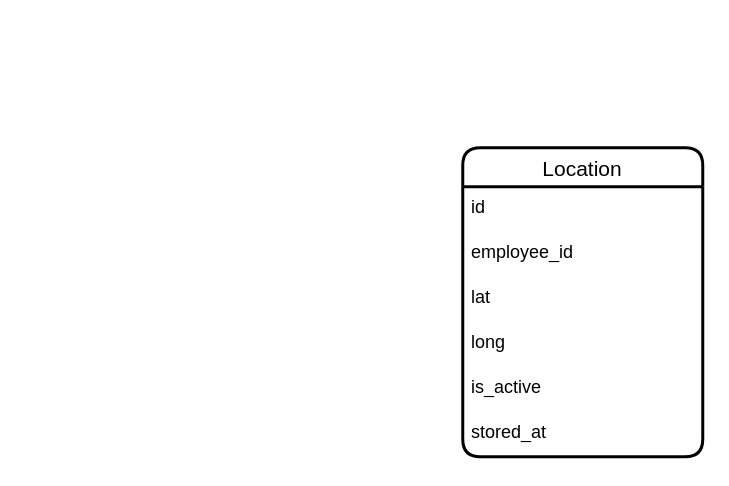
iztileuoff/databases keeps this draw.io diagram as workforce.drawio. Above is the earlier version. Source tidied: cells renumbered, new cells numbered last; positions are measured from the earlier drawing's top-left corner, leaving out a move shared by most shapes. Both pictures are drawn from the tidied source at 150%, with x=0, y=0 at pixel (462, 147).
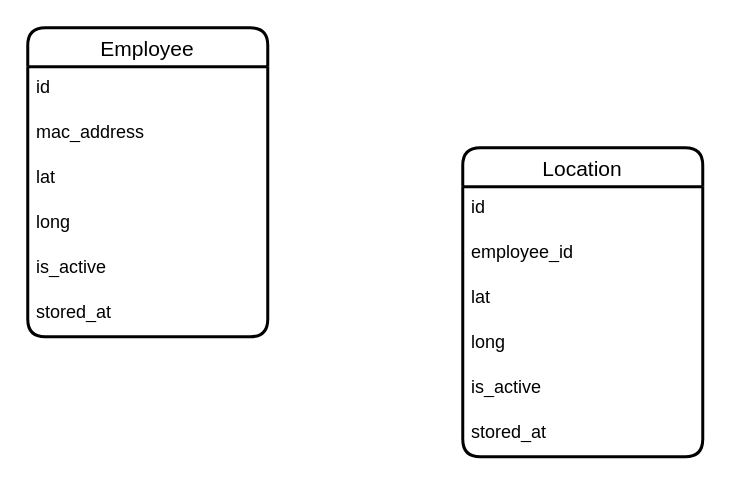
After the change.

Change to the diagram source:
```diff
@@
 <mxGraphModel>
   <root>
     <mxCell id="0" />
     <mxCell id="1" parent="0" />
     <mxCell id="2" value="Location" style="swimlane;fontStyle=0;horizontal=1;startSize=26;align=center;fontSize=14;strokeWidth=2;rounded=1;shadow=0;glass=0;swimlaneLine=1;" parent="1" vertex="1">
       <mxGeometry width="160" height="206" as="geometry" />
     </mxCell>
     <mxCell id="3" value="id" style="text;strokeColor=none;fillColor=none;spacingLeft=4;spacingRight=4;overflow=hidden;fontSize=12;whiteSpace=wrap;html=1;" parent="2" vertex="1">
       <mxGeometry y="26" width="160" height="30" as="geometry" />
     </mxCell>
     <mxCell id="4" value="employee_id" style="text;strokeColor=none;fillColor=none;spacingLeft=4;spacingRight=4;overflow=hidden;fontSize=12;whiteSpace=wrap;html=1;" parent="2" vertex="1">
       <mxGeometry y="56" width="160" height="30" as="geometry" />
     </mxCell>
     <mxCell id="5" value="lat" style="text;strokeColor=none;fillColor=none;spacingLeft=4;spacingRight=4;overflow=hidden;fontSize=12;whiteSpace=wrap;html=1;" parent="2" vertex="1">
       <mxGeometry y="86" width="160" height="30" as="geometry" />
     </mxCell>
     <mxCell id="6" value="long" style="text;strokeColor=none;fillColor=none;spacingLeft=4;spacingRight=4;overflow=hidden;fontSize=12;whiteSpace=wrap;html=1;" parent="2" vertex="1">
       <mxGeometry y="116" width="160" height="30" as="geometry" />
     </mxCell>
     <mxCell id="7" value="is_active" style="text;strokeColor=none;fillColor=none;spacingLeft=4;spacingRight=4;overflow=hidden;fontSize=12;whiteSpace=wrap;html=1;" parent="2" vertex="1">
       <mxGeometry y="146" width="160" height="30" as="geometry" />
     </mxCell>
     <mxCell id="8" value="stored_at" style="text;strokeColor=none;fillColor=none;spacingLeft=4;spacingRight=4;overflow=hidden;fontSize=12;whiteSpace=wrap;html=1;" parent="2" vertex="1">
       <mxGeometry y="176" width="160" height="30" as="geometry" />
     </mxCell>
+    <mxCell id="9" value="Employee" style="swimlane;fontStyle=0;horizontal=1;startSize=26;align=center;fontSize=14;strokeWidth=2;rounded=1;shadow=0;glass=0;swimlaneLine=1;" parent="1" vertex="1">
+      <mxGeometry x="-290" y="-80" width="160" height="206" as="geometry" />
+    </mxCell>
+    <mxCell id="10" value="id" style="text;strokeColor=none;fillColor=none;spacingLeft=4;spacingRight=4;overflow=hidden;fontSize=12;whiteSpace=wrap;html=1;" parent="9" vertex="1">
+      <mxGeometry y="26" width="160" height="30" as="geometry" />
+    </mxCell>
+    <mxCell id="11" value="mac_address" style="text;strokeColor=none;fillColor=none;spacingLeft=4;spacingRight=4;overflow=hidden;fontSize=12;whiteSpace=wrap;html=1;" parent="9" vertex="1">
+      <mxGeometry y="56" width="160" height="30" as="geometry" />
+    </mxCell>
+    <mxCell id="12" value="lat" style="text;strokeColor=none;fillColor=none;spacingLeft=4;spacingRight=4;overflow=hidden;fontSize=12;whiteSpace=wrap;html=1;" parent="9" vertex="1">
+      <mxGeometry y="86" width="160" height="30" as="geometry" />
+    </mxCell>
+    <mxCell id="13" value="long" style="text;strokeColor=none;fillColor=none;spacingLeft=4;spacingRight=4;overflow=hidden;fontSize=12;whiteSpace=wrap;html=1;" parent="9" vertex="1">
+      <mxGeometry y="116" width="160" height="30" as="geometry" />
+    </mxCell>
+    <mxCell id="14" value="is_active" style="text;strokeColor=none;fillColor=none;spacingLeft=4;spacingRight=4;overflow=hidden;fontSize=12;whiteSpace=wrap;html=1;" parent="9" vertex="1">
+      <mxGeometry y="146" width="160" height="30" as="geometry" />
+    </mxCell>
+    <mxCell id="15" value="stored_at" style="text;strokeColor=none;fillColor=none;spacingLeft=4;spacingRight=4;overflow=hidden;fontSize=12;whiteSpace=wrap;html=1;" parent="9" vertex="1">
+      <mxGeometry y="176" width="160" height="30" as="geometry" />
+    </mxCell>
   </root>
 </mxGraphModel>
```
